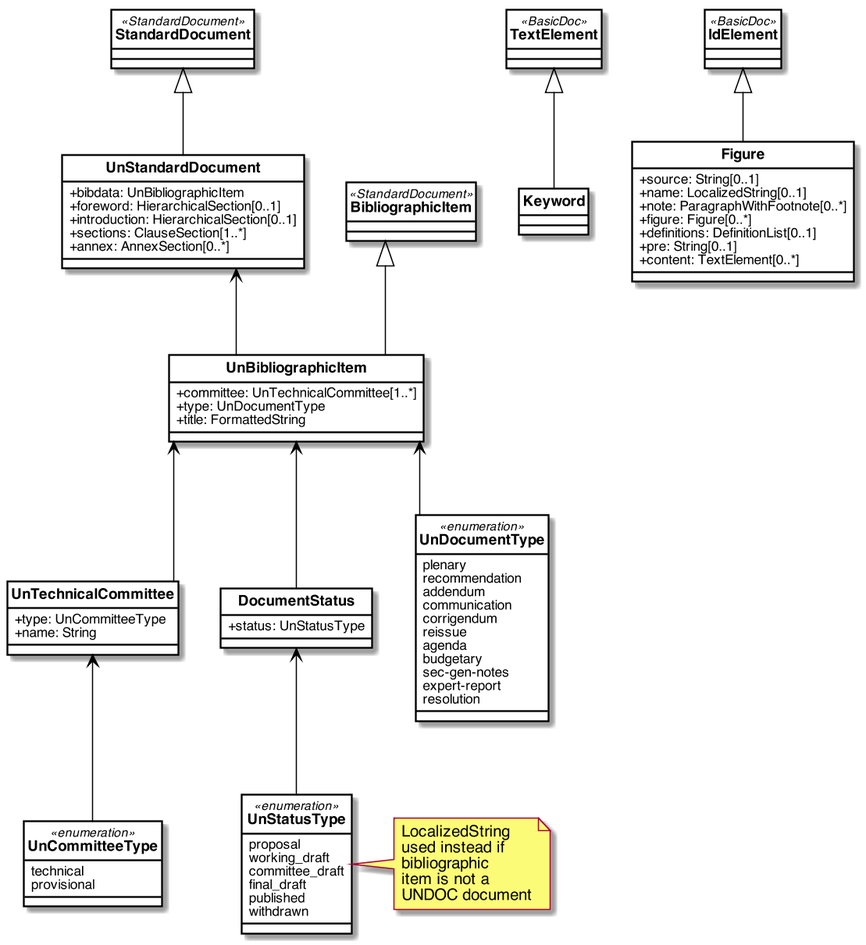
Before: un/images/UnDocument.png, a diagram exported from PlantUML (metanorma/standoc-models).
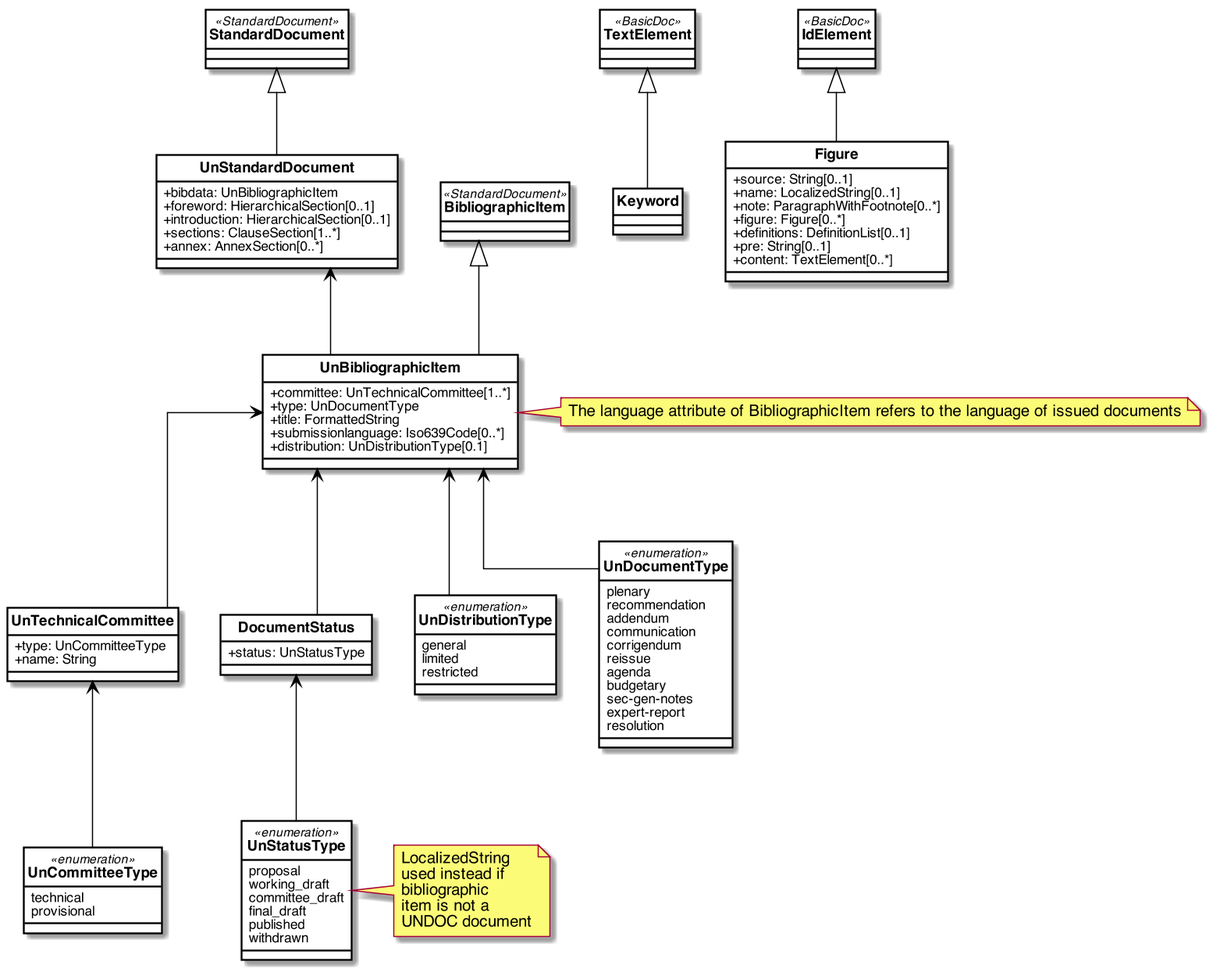
Above is the later version.

Commit message:
Distribution type

What changed in the source:
```diff
@@ -61,6 +61,8 @@
     +committee: UnTechnicalCommittee[1..*]
     +type: UnDocumentType
     +title: FormattedString
+    +submissionlanguage: Iso639Code[0..*]
+    +distribution: UnDistributionType[0.1]
 }
 
 class UnTechnicalCommittee{
@@ -103,6 +105,12 @@
     withdrawn
 }
 
+enum UnDistributionType <<enumeration>>{
+    general
+    limited
+    restricted
+}
+
 enum UnDocumentType <<enumeration>>{
         plenary
 recommendation
@@ -123,6 +131,7 @@
 }
 
 note right of UnStatusType: LocalizedString\nused instead if\nbibliographic\nitem is not a\nUNDOC document
+note right of UnBibliographicItem: The language attribute of BibliographicItem refers to the language of issued documents
 
 StandardDocument <|-- UnStandardDocument
 BibliographicItem <|-- UnBibliographicItem
@@ -131,6 +140,7 @@
 UnBibliographicItem <-- UnTechnicalCommittee
 UnBibliographicItem <-- UnDocumentType
 UnBibliographicItem <-- DocumentStatus
+UnBibliographicItem <-- UnDistributionType
 
 UnTechnicalCommittee <-- UnCommitteeType
 DocumentStatus <-- UnStatusType
```
